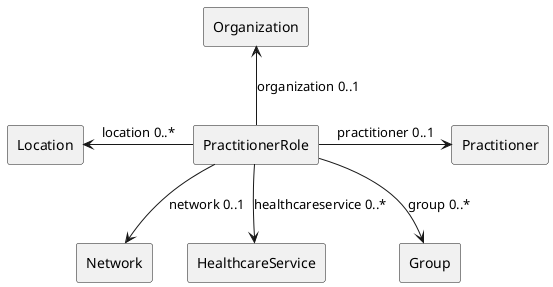
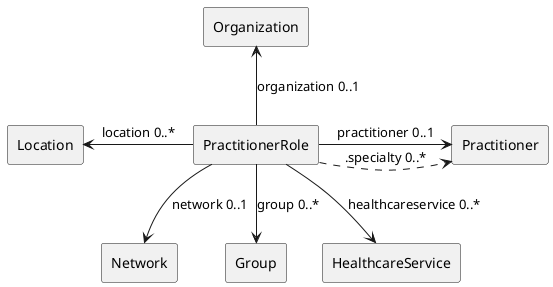
@startuml

agent PractitionerRole as practitionerRole
agent Practitioner as practitioner
agent Organization as organization
agent Location as location
agent Network as network
+ agent Group as group
agent HealthcareService as service
- agent Group as group


practitionerRole -right-> practitioner: "practitioner 0..1"
+ practitionerRole .right.> practitioner: ".specialty 0..*"
practitionerRole -up-> organization: "organization 0..1"
+ practitionerRole -left-> location: "location 0..*"
+ practitionerRole -down-> network: "network 0..1"
+ practitionerRole -down-> group: "group 0..*"
practitionerRole -down-> service: "healthcareservice 0..*"
- practitionerRole -down-> network: "network 0..1"
- practitionerRole -left-> location: "location 0..*"
- practitionerRole --> group: "group 0..*"

@enduml